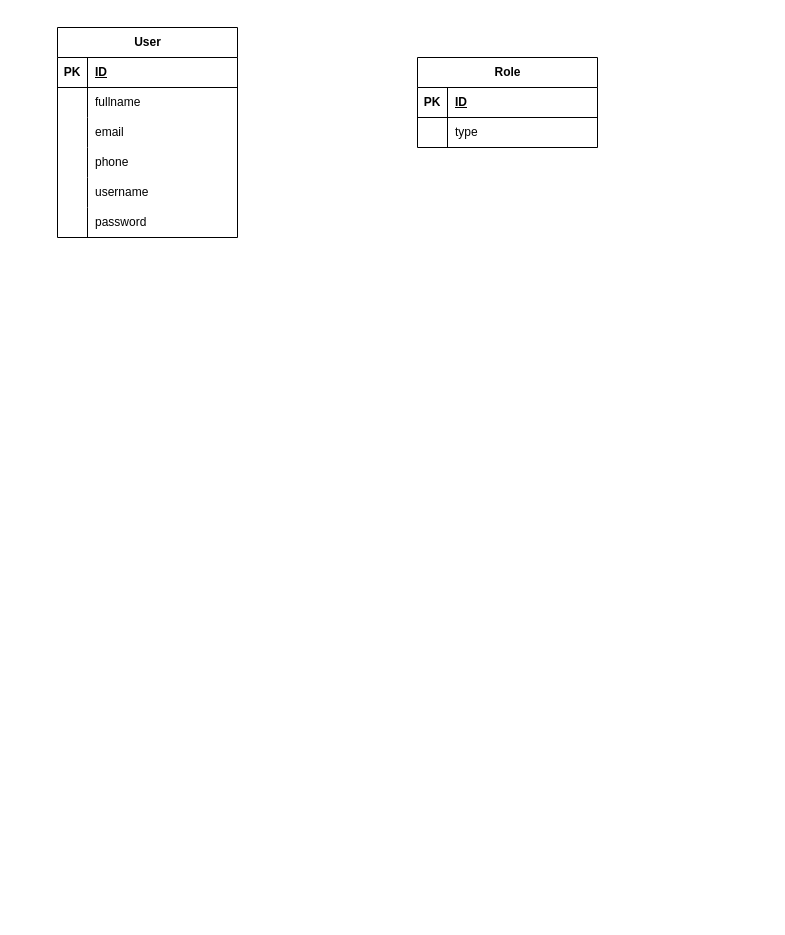
The draw.io diagram diploma.drawio in Dikontay/hobbyfind, before the edit. Source tidied: cells renumbered, new cells numbered last; positions are measured from the earlier drawing's top-left corner, leaving out a move shared by most shapes. Both pictures are drawn from the tidied source at 100%, with x=0, y=0 at pixel (57, 27).
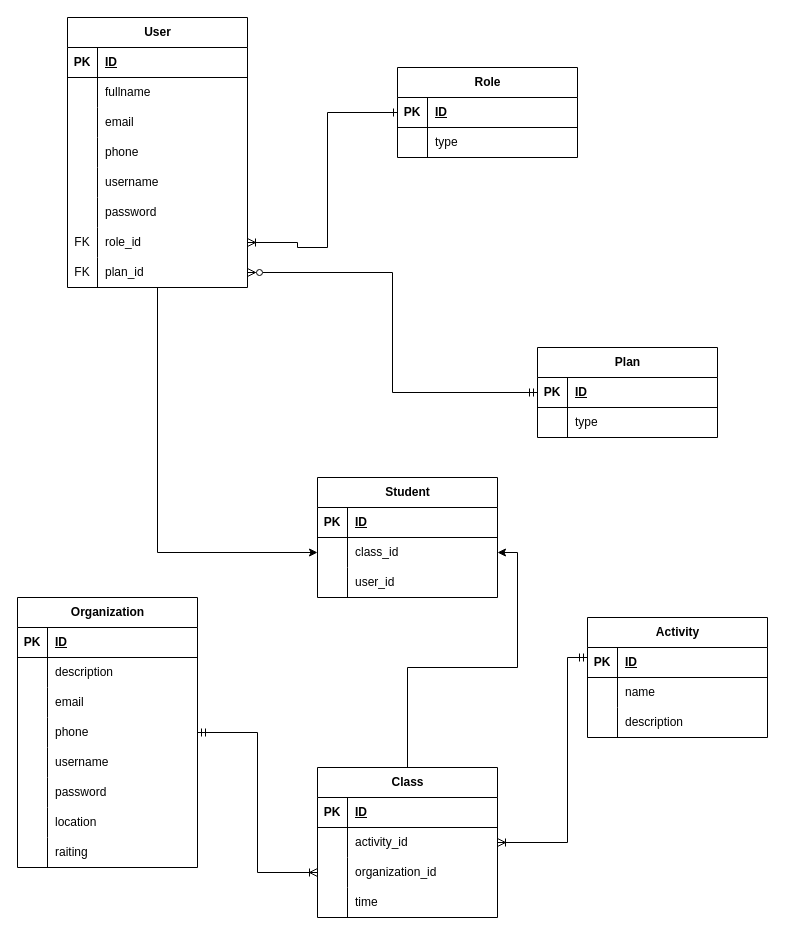
Above is the later version.

Unchanged cells that the change refers to:
```xml
<mxCell id="22" style="shape=tableRow;horizontal=0;startSize=0;swimlaneHead=0;swimlaneBody=0;fillColor=none;points=[[0,0.5],[1,0.5]];portConstraint=eastwest;top=0;left=0;right=0;bottom=1;" parent="21" vertex="1">
  <mxGeometry y="30" width="180" height="30" as="geometry" />
</mxCell>
```

Diff of the diagram source:
```diff
@@
+    <mxCell id="28" style="edgeStyle=orthogonalEdgeStyle;rounded=0;jettySize=auto;html=1;entryX=0;entryY=0.5;entryDx=0;entryDy=0;" parent="1" edge="1" source="2" target="99">
+      <mxGeometry relative="1" as="geometry" />
+    </mxCell>
     <mxCell id="2" value="User" style="shape=table;startSize=30;childLayout=tableLayout;rowLines=0;fontStyle=1;align=center;html=1;" parent="1" vertex="1">
-      <mxGeometry width="180" height="210" as="geometry" />
+      <mxGeometry x="10" y="-10" width="180" height="270" as="geometry" />
     </mxCell>
@@
+    <mxCell id="29" style="shape=tableRow;horizontal=0;startSize=0;swimlaneHead=0;swimlaneBody=0;fillColor=none;points=[[0,0.5],[1,0.5]];portConstraint=eastwest;top=0;left=0;right=0;bottom=0;" parent="2" vertex="1">
+      <mxGeometry y="210" width="180" height="30" as="geometry" />
+    </mxCell>
+    <mxCell id="30" value="FK" style="shape=partialRectangle;fillColor=none;top=0;left=0;bottom=0;right=0;overflow=hidden;whiteSpace=wrap;html=1;" parent="29" vertex="1">
+      <mxGeometry width="30" height="30" as="geometry" />
+    </mxCell>
+    <mxCell id="31" value="role_id" style="shape=partialRectangle;fillColor=none;top=0;left=0;bottom=0;right=0;align=left;spacingLeft=6;overflow=hidden;whiteSpace=wrap;html=1;" parent="29" vertex="1">
+      <mxGeometry x="30" width="150" height="30" as="geometry" />
+    </mxCell>
+    <mxCell id="32" style="shape=tableRow;horizontal=0;startSize=0;swimlaneHead=0;swimlaneBody=0;fillColor=none;points=[[0,0.5],[1,0.5]];portConstraint=eastwest;top=0;left=0;right=0;bottom=0;" parent="2" vertex="1">
+      <mxGeometry y="240" width="180" height="30" as="geometry" />
+    </mxCell>
+    <mxCell id="33" value="FK" style="shape=partialRectangle;fillColor=none;top=0;left=0;bottom=0;right=0;overflow=hidden;whiteSpace=wrap;html=1;" parent="32" vertex="1">
+      <mxGeometry width="30" height="30" as="geometry" />
+    </mxCell>
+    <mxCell id="34" value="plan_id" style="shape=partialRectangle;fillColor=none;top=0;left=0;bottom=0;right=0;align=left;spacingLeft=6;overflow=hidden;whiteSpace=wrap;html=1;" parent="32" vertex="1">
+      <mxGeometry x="30" width="150" height="30" as="geometry" />
+    </mxCell>
     <mxCell id="21" value="Role" style="shape=table;startSize=30;childLayout=tableLayout;rowLines=0;fontStyle=1;align=center;html=1;" parent="1" vertex="1">
-      <mxGeometry x="360" y="30" width="180" height="90" as="geometry" />
+      <mxGeometry x="340" y="40" width="180" height="90" as="geometry" />
     </mxCell>
@@
+    <mxCell id="35" style="edgeStyle=orthogonalEdgeStyle;rounded=0;jettySize=auto;html=1;entryX=0;entryY=0.5;entryDx=0;entryDy=0;endArrow=ERoneToMany;endFill=0;startArrow=ERmandOne;startFill=0;" parent="1" edge="1" source="36" target="89">
+      <mxGeometry relative="1" as="geometry" />
+    </mxCell>
+    <mxCell id="36" value="Organization" style="shape=table;startSize=30;childLayout=tableLayout;rowLines=0;fontStyle=1;align=center;html=1;" parent="1" vertex="1">
+      <mxGeometry x="-40" y="570" width="180" height="270" as="geometry" />
+    </mxCell>
+    <mxCell id="37" style="shape=tableRow;horizontal=0;startSize=0;swimlaneHead=0;swimlaneBody=0;fillColor=none;top=0;left=0;right=0;bottom=1;" parent="36" vertex="1">
+      <mxGeometry y="30" width="180" height="30" as="geometry" />
+    </mxCell>
+    <mxCell id="38" value="PK" style="shape=partialRectangle;fillColor=none;top=0;left=0;bottom=0;right=0;fontStyle=1;overflow=hidden;whiteSpace=wrap;html=1;" parent="37" vertex="1">
+      <mxGeometry width="30" height="30" as="geometry" />
+    </mxCell>
+    <mxCell id="39" value="ID" style="shape=partialRectangle;fillColor=none;top=0;left=0;bottom=0;right=0;align=left;spacingLeft=6;fontStyle=5;overflow=hidden;whiteSpace=wrap;html=1;" parent="37" vertex="1">
+      <mxGeometry x="30" width="150" height="30" as="geometry" />
+    </mxCell>
+    <mxCell id="40" style="shape=tableRow;horizontal=0;startSize=0;swimlaneHead=0;swimlaneBody=0;fillColor=none;top=0;left=0;right=0;bottom=0;" parent="36" vertex="1">
+      <mxGeometry y="60" width="180" height="30" as="geometry" />
+    </mxCell>
+    <mxCell id="41" style="shape=partialRectangle;fillColor=none;top=0;left=0;bottom=0;right=0;overflow=hidden;whiteSpace=wrap;html=1;" parent="40" vertex="1">
+      <mxGeometry width="30" height="30" as="geometry" />
+    </mxCell>
+    <mxCell id="42" value="description" style="shape=partialRectangle;fillColor=none;top=0;left=0;bottom=0;right=0;align=left;spacingLeft=6;overflow=hidden;whiteSpace=wrap;html=1;" parent="40" vertex="1">
+      <mxGeometry x="30" width="150" height="30" as="geometry" />
+    </mxCell>
+    <mxCell id="43" style="shape=tableRow;horizontal=0;startSize=0;swimlaneHead=0;swimlaneBody=0;fillColor=none;top=0;left=0;right=0;bottom=0;" parent="36" vertex="1">
+      <mxGeometry y="90" width="180" height="30" as="geometry" />
+    </mxCell>
+    <mxCell id="44" style="shape=partialRectangle;fillColor=none;top=0;left=0;bottom=0;right=0;overflow=hidden;whiteSpace=wrap;html=1;" parent="43" vertex="1">
+      <mxGeometry width="30" height="30" as="geometry" />
+    </mxCell>
+    <mxCell id="45" value="email" style="shape=partialRectangle;fillColor=none;top=0;left=0;bottom=0;right=0;align=left;spacingLeft=6;overflow=hidden;whiteSpace=wrap;html=1;" parent="43" vertex="1">
+      <mxGeometry x="30" width="150" height="30" as="geometry" />
+    </mxCell>
+    <mxCell id="46" style="shape=tableRow;horizontal=0;startSize=0;swimlaneHead=0;swimlaneBody=0;fillColor=none;top=0;left=0;right=0;bottom=0;" parent="36" vertex="1">
+      <mxGeometry y="120" width="180" height="30" as="geometry" />
+    </mxCell>
+    <mxCell id="47" style="shape=partialRectangle;fillColor=none;top=0;left=0;bottom=0;right=0;overflow=hidden;whiteSpace=wrap;html=1;" parent="46" vertex="1">
+      <mxGeometry width="30" height="30" as="geometry" />
+    </mxCell>
+    <mxCell id="48" value="phone" style="shape=partialRectangle;fillColor=none;top=0;left=0;bottom=0;right=0;align=left;spacingLeft=6;overflow=hidden;whiteSpace=wrap;html=1;" parent="46" vertex="1">
+      <mxGeometry x="30" width="150" height="30" as="geometry" />
+    </mxCell>
+    <mxCell id="49" style="shape=tableRow;horizontal=0;startSize=0;swimlaneHead=0;swimlaneBody=0;fillColor=none;top=0;left=0;right=0;bottom=0;" parent="36" vertex="1">
+      <mxGeometry y="150" width="180" height="30" as="geometry" />
+    </mxCell>
+    <mxCell id="50" style="shape=partialRectangle;fillColor=none;top=0;left=0;bottom=0;right=0;overflow=hidden;whiteSpace=wrap;html=1;" parent="49" vertex="1">
+      <mxGeometry width="30" height="30" as="geometry" />
+    </mxCell>
+    <mxCell id="51" value="username" style="shape=partialRectangle;fillColor=none;top=0;left=0;bottom=0;right=0;align=left;spacingLeft=6;overflow=hidden;whiteSpace=wrap;html=1;" parent="49" vertex="1">
+      <mxGeometry x="30" width="150" height="30" as="geometry" />
+    </mxCell>
+    <mxCell id="52" style="shape=tableRow;horizontal=0;startSize=0;swimlaneHead=0;swimlaneBody=0;fillColor=none;top=0;left=0;right=0;bottom=0;" parent="36" vertex="1">
+      <mxGeometry y="180" width="180" height="30" as="geometry" />
+    </mxCell>
+    <mxCell id="53" style="shape=partialRectangle;fillColor=none;top=0;left=0;bottom=0;right=0;overflow=hidden;whiteSpace=wrap;html=1;" parent="52" vertex="1">
+      <mxGeometry width="30" height="30" as="geometry" />
+    </mxCell>
+    <mxCell id="54" value="password" style="shape=partialRectangle;fillColor=none;top=0;left=0;bottom=0;right=0;align=left;spacingLeft=6;overflow=hidden;whiteSpace=wrap;html=1;" parent="52" vertex="1">
+      <mxGeometry x="30" width="150" height="30" as="geometry" />
+    </mxCell>
+    <mxCell id="55" style="shape=tableRow;horizontal=0;startSize=0;swimlaneHead=0;swimlaneBody=0;fillColor=none;top=0;left=0;right=0;bottom=0;" parent="36" vertex="1">
+      <mxGeometry y="210" width="180" height="30" as="geometry" />
+    </mxCell>
+    <mxCell id="56" style="shape=partialRectangle;fillColor=none;top=0;left=0;bottom=0;right=0;overflow=hidden;whiteSpace=wrap;html=1;" parent="55" vertex="1">
+      <mxGeometry width="30" height="30" as="geometry" />
+    </mxCell>
+    <mxCell id="57" value="location" style="shape=partialRectangle;fillColor=none;top=0;left=0;bottom=0;right=0;align=left;spacingLeft=6;overflow=hidden;whiteSpace=wrap;html=1;" parent="55" vertex="1">
+      <mxGeometry x="30" width="150" height="30" as="geometry" />
+    </mxCell>
+    <mxCell id="58" style="shape=tableRow;horizontal=0;startSize=0;swimlaneHead=0;swimlaneBody=0;fillColor=none;top=0;left=0;right=0;bottom=0;" parent="36" vertex="1">
+      <mxGeometry y="240" width="180" height="30" as="geometry" />
+    </mxCell>
+    <mxCell id="59" style="shape=partialRectangle;fillColor=none;top=0;left=0;bottom=0;right=0;overflow=hidden;whiteSpace=wrap;html=1;" parent="58" vertex="1">
+      <mxGeometry width="30" height="30" as="geometry" />
+    </mxCell>
+    <mxCell id="60" value="raiting" style="shape=partialRectangle;fillColor=none;top=0;left=0;bottom=0;right=0;align=left;spacingLeft=6;overflow=hidden;whiteSpace=wrap;html=1;" parent="58" vertex="1">
+      <mxGeometry x="30" width="150" height="30" as="geometry" />
+    </mxCell>
+    <mxCell id="61" value="Activity" style="shape=table;startSize=30;childLayout=tableLayout;rowLines=0;fontStyle=1;align=center;html=1;" parent="1" vertex="1">
+      <mxGeometry x="530" y="590" width="180" height="120" as="geometry" />
+    </mxCell>
+    <mxCell id="62" style="shape=tableRow;horizontal=0;startSize=0;swimlaneHead=0;swimlaneBody=0;fillColor=none;points=[[0,0.5],[1,0.5]];portConstraint=eastwest;top=0;left=0;right=0;bottom=1;" parent="61" vertex="1">
+      <mxGeometry y="30" width="180" height="30" as="geometry" />
+    </mxCell>
+    <mxCell id="63" value="PK" style="shape=partialRectangle;fillColor=none;top=0;left=0;bottom=0;right=0;fontStyle=1;overflow=hidden;whiteSpace=wrap;html=1;" parent="62" vertex="1">
+      <mxGeometry width="30" height="30" as="geometry" />
+    </mxCell>
+    <mxCell id="64" value="ID" style="shape=partialRectangle;fillColor=none;top=0;left=0;bottom=0;right=0;align=left;spacingLeft=6;fontStyle=5;overflow=hidden;whiteSpace=wrap;html=1;" parent="62" vertex="1">
+      <mxGeometry x="30" width="150" height="30" as="geometry" />
+    </mxCell>
+    <mxCell id="65" style="shape=tableRow;horizontal=0;startSize=0;swimlaneHead=0;swimlaneBody=0;fillColor=none;top=0;left=0;right=0;bottom=0;" parent="61" vertex="1">
+      <mxGeometry y="60" width="180" height="30" as="geometry" />
+    </mxCell>
+    <mxCell id="66" style="shape=partialRectangle;fillColor=none;top=0;left=0;bottom=0;right=0;overflow=hidden;whiteSpace=wrap;html=1;" parent="65" vertex="1">
+      <mxGeometry width="30" height="30" as="geometry" />
+    </mxCell>
+    <mxCell id="67" value="name" style="shape=partialRectangle;fillColor=none;top=0;left=0;bottom=0;right=0;align=left;spacingLeft=6;overflow=hidden;whiteSpace=wrap;html=1;" parent="65" vertex="1">
+      <mxGeometry x="30" width="150" height="30" as="geometry" />
+    </mxCell>
+    <mxCell id="68" style="shape=tableRow;horizontal=0;startSize=0;swimlaneHead=0;swimlaneBody=0;fillColor=none;top=0;left=0;right=0;bottom=0;" parent="61" vertex="1">
+      <mxGeometry y="90" width="180" height="30" as="geometry" />
+    </mxCell>
+    <mxCell id="69" style="shape=partialRectangle;fillColor=none;top=0;left=0;bottom=0;right=0;overflow=hidden;whiteSpace=wrap;html=1;" parent="68" vertex="1">
+      <mxGeometry width="30" height="30" as="geometry" />
+    </mxCell>
+    <mxCell id="70" value="description" style="shape=partialRectangle;fillColor=none;top=0;left=0;bottom=0;right=0;align=left;spacingLeft=6;overflow=hidden;whiteSpace=wrap;html=1;" parent="68" vertex="1">
+      <mxGeometry x="30" width="150" height="30" as="geometry" />
+    </mxCell>
+    <mxCell id="71" value="Plan" style="shape=table;startSize=30;childLayout=tableLayout;rowLines=0;fontStyle=1;align=center;html=1;" parent="1" vertex="1">
+      <mxGeometry x="480" y="320" width="180" height="90" as="geometry" />
+    </mxCell>
+    <mxCell id="72" style="shape=tableRow;horizontal=0;startSize=0;swimlaneHead=0;swimlaneBody=0;fillColor=none;points=[[0,0.5],[1,0.5]];portConstraint=eastwest;top=0;left=0;right=0;bottom=1;" parent="71" vertex="1">
+      <mxGeometry y="30" width="180" height="30" as="geometry" />
+    </mxCell>
+    <mxCell id="73" value="PK" style="shape=partialRectangle;fillColor=none;top=0;left=0;bottom=0;right=0;fontStyle=1;overflow=hidden;whiteSpace=wrap;html=1;" parent="72" vertex="1">
+      <mxGeometry width="30" height="30" as="geometry" />
+    </mxCell>
+    <mxCell id="74" value="ID" style="shape=partialRectangle;fillColor=none;top=0;left=0;bottom=0;right=0;align=left;spacingLeft=6;fontStyle=5;overflow=hidden;whiteSpace=wrap;html=1;" parent="72" vertex="1">
+      <mxGeometry x="30" width="150" height="30" as="geometry" />
+    </mxCell>
+    <mxCell id="75" style="shape=tableRow;horizontal=0;startSize=0;swimlaneHead=0;swimlaneBody=0;fillColor=none;top=0;left=0;right=0;bottom=0;" parent="71" vertex="1">
+      <mxGeometry y="60" width="180" height="30" as="geometry" />
+    </mxCell>
+    <mxCell id="76" style="shape=partialRectangle;fillColor=none;top=0;left=0;bottom=0;right=0;overflow=hidden;whiteSpace=wrap;html=1;" parent="75" vertex="1">
+      <mxGeometry width="30" height="30" as="geometry" />
+    </mxCell>
+    <mxCell id="77" value="type" style="shape=partialRectangle;fillColor=none;top=0;left=0;bottom=0;right=0;align=left;spacingLeft=6;overflow=hidden;whiteSpace=wrap;html=1;" parent="75" vertex="1">
+      <mxGeometry x="30" width="150" height="30" as="geometry" />
+    </mxCell>
+    <mxCell id="78" style="edgeStyle=orthogonalEdgeStyle;rounded=0;jettySize=auto;html=1;exitX=1;exitY=0.5;exitDx=0;exitDy=0;endArrow=ERone;endFill=0;startArrow=ERoneToMany;startFill=0;entryX=0;entryY=0.5;entryDx=0;entryDy=0;" parent="1" edge="1" source="29" target="22">
+      <mxGeometry relative="1" as="geometry">
+        <Array as="points">
+          <mxPoint x="240" y="215" />
+          <mxPoint x="240" y="220" />
+          <mxPoint x="270" y="220" />
+          <mxPoint x="270" y="85" />
+        </Array>
+      </mxGeometry>
+    </mxCell>
+    <mxCell id="79" style="edgeStyle=orthogonalEdgeStyle;rounded=0;jettySize=auto;html=1;exitX=1;exitY=0.5;exitDx=0;exitDy=0;entryX=0;entryY=0.5;entryDx=0;entryDy=0;startArrow=ERzeroToMany;startFill=0;endArrow=ERmandOne;endFill=0;" parent="1" edge="1" source="32" target="72">
+      <mxGeometry relative="1" as="geometry" />
+    </mxCell>
+    <mxCell id="80" style="edgeStyle=orthogonalEdgeStyle;rounded=0;jettySize=auto;html=1;entryX=1;entryY=0.5;entryDx=0;entryDy=0;startArrow=ERmandOne;startFill=0;endArrow=ERoneToMany;endFill=0;" parent="1" edge="1" source="62" target="86">
+      <mxGeometry relative="1" as="geometry">
+        <Array as="points">
+          <mxPoint x="510" y="630" />
+          <mxPoint x="510" y="815" />
+        </Array>
+      </mxGeometry>
+    </mxCell>
+    <mxCell id="81" style="edgeStyle=orthogonalEdgeStyle;rounded=0;jettySize=auto;html=1;" parent="1" edge="1" source="82" target="99">
+      <mxGeometry relative="1" as="geometry" />
+    </mxCell>
+    <mxCell id="82" value="Class" style="shape=table;startSize=30;childLayout=tableLayout;rowLines=0;fontStyle=1;align=center;html=1;" parent="1" vertex="1">
+      <mxGeometry x="260" y="740" width="180" height="150" as="geometry" />
+    </mxCell>
+    <mxCell id="83" style="shape=tableRow;horizontal=0;startSize=0;swimlaneHead=0;swimlaneBody=0;fillColor=none;top=0;left=0;right=0;bottom=1;" parent="82" vertex="1">
+      <mxGeometry y="30" width="180" height="30" as="geometry" />
+    </mxCell>
+    <mxCell id="84" value="PK" style="shape=partialRectangle;fillColor=none;top=0;left=0;bottom=0;right=0;fontStyle=1;overflow=hidden;whiteSpace=wrap;html=1;" parent="83" vertex="1">
+      <mxGeometry width="30" height="30" as="geometry" />
+    </mxCell>
+    <mxCell id="85" value="ID" style="shape=partialRectangle;fillColor=none;top=0;left=0;bottom=0;right=0;align=left;spacingLeft=6;fontStyle=5;overflow=hidden;whiteSpace=wrap;html=1;" parent="83" vertex="1">
+      <mxGeometry x="30" width="150" height="30" as="geometry" />
+    </mxCell>
+    <mxCell id="86" style="shape=tableRow;horizontal=0;startSize=0;swimlaneHead=0;swimlaneBody=0;fillColor=none;points=[[0,0.5],[1,0.5]];portConstraint=eastwest;top=0;left=0;right=0;bottom=0;" parent="82" vertex="1">
+      <mxGeometry y="60" width="180" height="30" as="geometry" />
+    </mxCell>
+    <mxCell id="87" style="shape=partialRectangle;fillColor=none;top=0;left=0;bottom=0;right=0;overflow=hidden;whiteSpace=wrap;html=1;" parent="86" vertex="1">
+      <mxGeometry width="30" height="30" as="geometry" />
+    </mxCell>
+    <mxCell id="88" value="activity_id" style="shape=partialRectangle;fillColor=none;top=0;left=0;bottom=0;right=0;align=left;spacingLeft=6;overflow=hidden;whiteSpace=wrap;html=1;" parent="86" vertex="1">
+      <mxGeometry x="30" width="150" height="30" as="geometry" />
+    </mxCell>
+    <mxCell id="89" style="shape=tableRow;horizontal=0;startSize=0;swimlaneHead=0;swimlaneBody=0;fillColor=none;points=[[0,0.5],[1,0.5]];portConstraint=eastwest;top=0;left=0;right=0;bottom=0;" parent="82" vertex="1">
+      <mxGeometry y="90" width="180" height="30" as="geometry" />
+    </mxCell>
+    <mxCell id="90" style="shape=partialRectangle;fillColor=none;top=0;left=0;bottom=0;right=0;overflow=hidden;whiteSpace=wrap;html=1;" parent="89" vertex="1">
+      <mxGeometry width="30" height="30" as="geometry" />
+    </mxCell>
+    <mxCell id="91" value="&lt;div style=&quot;text-align: center;&quot;&gt;&lt;span style=&quot;background-color: initial; text-wrap-mode: nowrap;&quot;&gt;organization_id&lt;/span&gt;&lt;/div&gt;" style="shape=partialRectangle;fillColor=none;top=0;left=0;bottom=0;right=0;align=left;spacingLeft=6;overflow=hidden;whiteSpace=wrap;html=1;" parent="89" vertex="1">
+      <mxGeometry x="30" width="150" height="30" as="geometry" />
+    </mxCell>
+    <mxCell id="92" style="shape=tableRow;horizontal=0;startSize=0;swimlaneHead=0;swimlaneBody=0;fillColor=none;top=0;left=0;right=0;bottom=0;" parent="82" vertex="1">
+      <mxGeometry y="120" width="180" height="30" as="geometry" />
+    </mxCell>
+    <mxCell id="93" style="shape=partialRectangle;fillColor=none;top=0;left=0;bottom=0;right=0;overflow=hidden;whiteSpace=wrap;html=1;" parent="92" vertex="1">
+      <mxGeometry width="30" height="30" as="geometry" />
+    </mxCell>
+    <mxCell id="94" value="&lt;div style=&quot;text-align: center;&quot;&gt;&lt;span style=&quot;background-color: initial; text-wrap-mode: nowrap;&quot;&gt;time&lt;/span&gt;&lt;/div&gt;" style="shape=partialRectangle;fillColor=none;top=0;left=0;bottom=0;right=0;align=left;spacingLeft=6;overflow=hidden;whiteSpace=wrap;html=1;" parent="92" vertex="1">
+      <mxGeometry x="30" width="150" height="30" as="geometry" />
+    </mxCell>
+    <mxCell id="95" value="Student" style="shape=table;startSize=30;childLayout=tableLayout;rowLines=0;fontStyle=1;align=center;html=1;" parent="1" vertex="1">
+      <mxGeometry x="260" y="450" width="180" height="120" as="geometry" />
+    </mxCell>
+    <mxCell id="96" style="shape=tableRow;horizontal=0;startSize=0;swimlaneHead=0;swimlaneBody=0;fillColor=none;top=0;left=0;right=0;bottom=1;" parent="95" vertex="1">
+      <mxGeometry y="30" width="180" height="30" as="geometry" />
+    </mxCell>
+    <mxCell id="97" value="PK" style="shape=partialRectangle;fillColor=none;top=0;left=0;bottom=0;right=0;fontStyle=1;overflow=hidden;whiteSpace=wrap;html=1;" parent="96" vertex="1">
+      <mxGeometry width="30" height="30" as="geometry" />
+    </mxCell>
+    <mxCell id="98" value="ID" style="shape=partialRectangle;fillColor=none;top=0;left=0;bottom=0;right=0;align=left;spacingLeft=6;fontStyle=5;overflow=hidden;whiteSpace=wrap;html=1;" parent="96" vertex="1">
+      <mxGeometry x="30" width="150" height="30" as="geometry" />
+    </mxCell>
+    <mxCell id="99" style="shape=tableRow;horizontal=0;startSize=0;swimlaneHead=0;swimlaneBody=0;fillColor=none;points=[[0,0.5],[1,0.5]];portConstraint=eastwest;top=0;left=0;right=0;bottom=0;" parent="95" vertex="1">
+      <mxGeometry y="60" width="180" height="30" as="geometry" />
+    </mxCell>
+    <mxCell id="100" style="shape=partialRectangle;fillColor=none;top=0;left=0;bottom=0;right=0;overflow=hidden;whiteSpace=wrap;html=1;" parent="99" vertex="1">
+      <mxGeometry width="30" height="30" as="geometry" />
+    </mxCell>
+    <mxCell id="101" value="class_id" style="shape=partialRectangle;fillColor=none;top=0;left=0;bottom=0;right=0;align=left;spacingLeft=6;overflow=hidden;whiteSpace=wrap;html=1;" parent="99" vertex="1">
+      <mxGeometry x="30" width="150" height="30" as="geometry" />
+    </mxCell>
+    <mxCell id="102" style="shape=tableRow;horizontal=0;startSize=0;swimlaneHead=0;swimlaneBody=0;fillColor=none;top=0;left=0;right=0;bottom=0;" parent="95" vertex="1">
+      <mxGeometry y="90" width="180" height="30" as="geometry" />
+    </mxCell>
+    <mxCell id="103" style="shape=partialRectangle;fillColor=none;top=0;left=0;bottom=0;right=0;overflow=hidden;whiteSpace=wrap;html=1;" parent="102" vertex="1">
+      <mxGeometry width="30" height="30" as="geometry" />
+    </mxCell>
+    <mxCell id="104" value="&lt;div style=&quot;text-align: center;&quot;&gt;&lt;span style=&quot;background-color: initial; text-wrap-mode: nowrap;&quot;&gt;user_id&lt;/span&gt;&lt;/div&gt;" style="shape=partialRectangle;fillColor=none;top=0;left=0;bottom=0;right=0;align=left;spacingLeft=6;overflow=hidden;whiteSpace=wrap;html=1;" parent="102" vertex="1">
+      <mxGeometry x="30" width="150" height="30" as="geometry" />
+    </mxCell>
```
